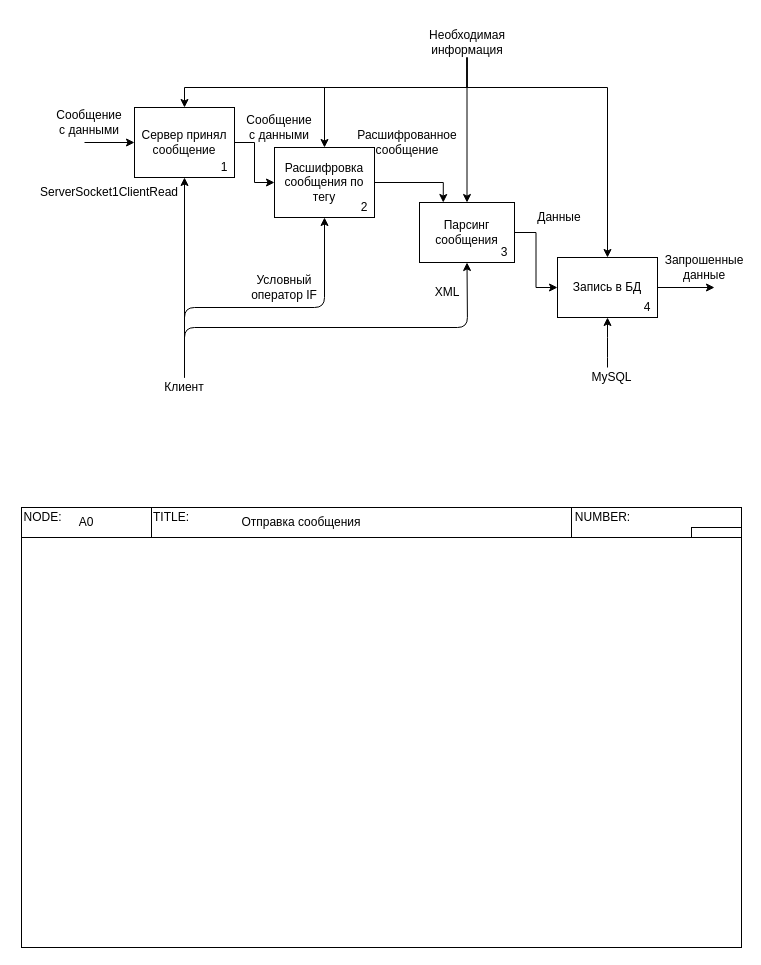
Above: Отправка сообщения.drawio in OhotnikovV/AvIS (draw.io), before the change. Source tidied: cells renumbered, new cells numbered last; positions are measured from the earlier drawing's top-left corner, leaving out a move shared by most shapes. Both pictures are drawn from the tidied source at 100%, with x=0, y=0 at pixel (21, 27).
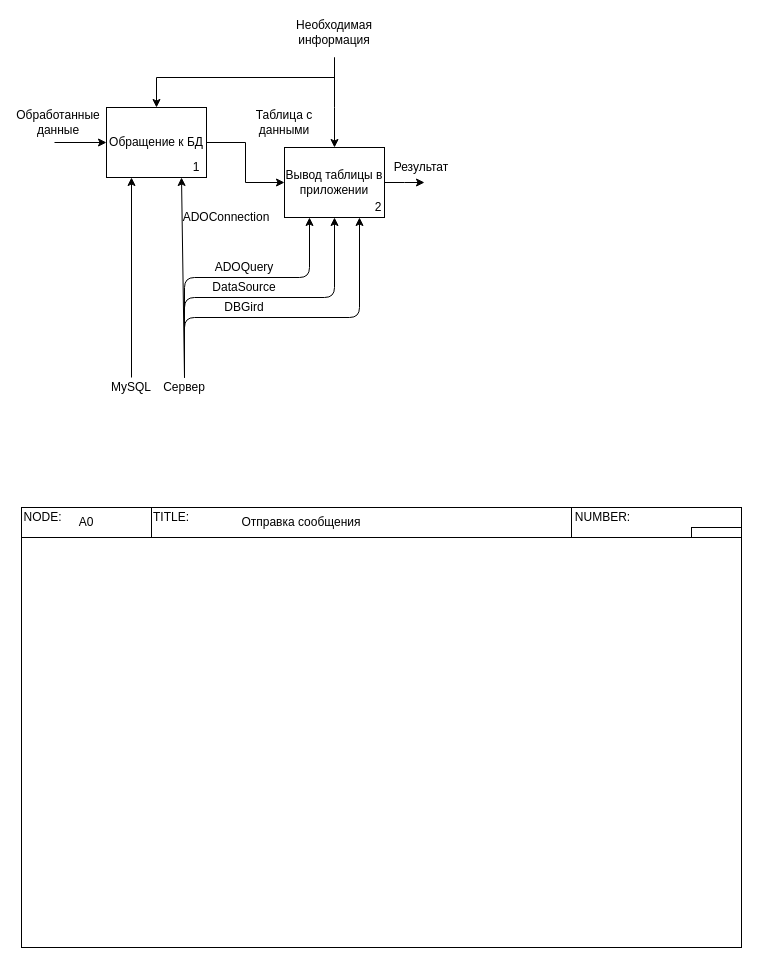
The same page after the edit.

Diff of the diagram source:
```diff
@@
-    <mxCell id="3" value="Сервер принял сообщение" style="rounded=0;whiteSpace=wrap;html=1;" parent="1" vertex="1">
-      <mxGeometry x="113" y="80" width="100" height="70" as="geometry" />
+    <mxCell id="3" value="Обращение к БД" style="rounded=0;whiteSpace=wrap;html=1;" parent="1" vertex="1">
+      <mxGeometry x="85" y="80" width="100" height="70" as="geometry" />
     </mxCell>
     <mxCell id="4" value="1" style="text;html=1;strokeColor=none;fillColor=none;align=center;verticalAlign=middle;whiteSpace=wrap;rounded=0;" parent="1" vertex="1">
-      <mxGeometry x="193" y="130" width="20" height="20" as="geometry" />
+      <mxGeometry x="165" y="130" width="20" height="20" as="geometry" />
     </mxCell>
-    <mxCell id="5" style="edgeStyle=orthogonalEdgeStyle;rounded=0;jettySize=auto;html=1;exitX=1;exitY=0.5;exitDx=0;exitDy=0;entryX=0;entryY=0.5;entryDx=0;entryDy=0;" parent="1" edge="1" source="6" target="9">
-      <mxGeometry relative="1" as="geometry" />
-    </mxCell>
-    <mxCell id="6" value="Парсинг сообщения" style="rounded=0;whiteSpace=wrap;html=1;" parent="1" vertex="1">
-      <mxGeometry x="398" y="175" width="95" height="60" as="geometry" />
-    </mxCell>
-    <mxCell id="7" value="3" style="text;html=1;strokeColor=none;fillColor=none;align=center;verticalAlign=middle;whiteSpace=wrap;rounded=0;" parent="1" vertex="1">
-      <mxGeometry x="473" y="215" width="20" height="20" as="geometry" />
-    </mxCell>
-    <mxCell id="8" style="edgeStyle=orthogonalEdgeStyle;rounded=0;jettySize=auto;html=1;exitX=1;exitY=0.5;exitDx=0;exitDy=0;" parent="1" edge="1" source="9">
-      <mxGeometry relative="1" as="geometry">
-        <mxPoint x="693" y="260" as="targetPoint" />
-      </mxGeometry>
-    </mxCell>
-    <mxCell id="9" value="Запись в БД" style="rounded=0;whiteSpace=wrap;html=1;" parent="1" vertex="1">
-      <mxGeometry x="536" y="230" width="100" height="60" as="geometry" />
-    </mxCell>
-    <mxCell id="10" style="edgeStyle=orthogonalEdgeStyle;rounded=0;jettySize=auto;html=1;exitX=1;exitY=0.5;exitDx=0;exitDy=0;entryX=0.25;entryY=0;entryDx=0;entryDy=0;" parent="1" edge="1" source="11" target="6">
-      <mxGeometry relative="1" as="geometry" />
+    <mxCell id="10" style="edgeStyle=orthogonalEdgeStyle;rounded=0;jettySize=auto;html=1;exitX=1;exitY=0.5;exitDx=0;exitDy=0;" parent="1" edge="1" source="11">
+      <mxGeometry relative="1" as="geometry">
+        <mxPoint x="403" y="155" as="targetPoint" />
+      </mxGeometry>
     </mxCell>
-    <mxCell id="11" value="Расшифровка сообщения по тегу" style="rounded=0;whiteSpace=wrap;html=1;" parent="1" vertex="1">
-      <mxGeometry x="253" y="120" width="100" height="70" as="geometry" />
+    <mxCell id="11" value="Вывод таблицы в приложении" style="rounded=0;whiteSpace=wrap;html=1;" parent="1" vertex="1">
+      <mxGeometry x="263" y="120" width="100" height="70" as="geometry" />
     </mxCell>
-    <mxCell id="12" value="4" style="text;html=1;strokeColor=none;fillColor=none;align=center;verticalAlign=middle;whiteSpace=wrap;rounded=0;" parent="1" vertex="1">
-      <mxGeometry x="616" y="270" width="20" height="20" as="geometry" />
-    </mxCell>
-    <mxCell id="13" value="Данные" style="text;html=1;strokeColor=none;fillColor=none;align=center;verticalAlign=middle;whiteSpace=wrap;rounded=0;" parent="1" vertex="1">
-      <mxGeometry x="503" y="175" width="70" height="30" as="geometry" />
-    </mxCell>
-    <mxCell id="14" value="Запрошенные данные" style="text;html=1;strokeColor=none;fillColor=none;align=center;verticalAlign=middle;whiteSpace=wrap;rounded=0;" parent="1" vertex="1">
-      <mxGeometry x="663" y="230" width="40" height="20" as="geometry" />
-    </mxCell>
     <mxCell id="15" value="2" style="text;html=1;strokeColor=none;fillColor=none;align=center;verticalAlign=middle;whiteSpace=wrap;rounded=0;" parent="1" vertex="1">
-      <mxGeometry x="333" y="170" width="20" height="20" as="geometry" />
+      <mxGeometry x="347" y="170" width="20" height="20" as="geometry" />
     </mxCell>
-    <mxCell id="16" value="Клиент" style="text;html=1;strokeColor=none;fillColor=none;align=center;verticalAlign=middle;whiteSpace=wrap;rounded=0;" parent="1" vertex="1">
+    <mxCell id="16" value="Сервер" style="text;html=1;strokeColor=none;fillColor=none;align=center;verticalAlign=middle;whiteSpace=wrap;rounded=0;" parent="1" vertex="1">
       <mxGeometry x="143" y="350" width="40" height="20" as="geometry" />
     </mxCell>
@@
     <mxCell id="27" style="endArrow=classic;html=1;entryX=0;entryY=0.5;entryDx=0;entryDy=0;" parent="1" edge="1" target="3">
       <mxGeometry relative="1" as="geometry">
-        <mxPoint x="63" y="115" as="sourcePoint" />
+        <mxPoint x="33" y="115" as="sourcePoint" />
       </mxGeometry>
     </mxCell>
-    <mxCell id="28" value="Расшифрованное сообщение" style="text;html=1;strokeColor=none;fillColor=none;align=center;verticalAlign=middle;whiteSpace=wrap;rounded=0;" parent="1" vertex="1">
-      <mxGeometry x="353" y="95" width="66" height="40" as="geometry" />
+    <mxCell id="28" value="Результат" style="text;html=1;strokeColor=none;fillColor=none;align=center;verticalAlign=middle;whiteSpace=wrap;rounded=0;" parent="1" vertex="1">
+      <mxGeometry x="367" y="120" width="66" height="40" as="geometry" />
     </mxCell>
     <mxCell id="29" value="Необходимая информация" style="text;html=1;strokeColor=none;fillColor=none;align=center;verticalAlign=middle;whiteSpace=wrap;rounded=0;" parent="1" vertex="1">
-      <mxGeometry x="405.5" width="80" height="30" as="geometry" />
+      <mxGeometry x="273" y="-10" width="80" height="30" as="geometry" />
     </mxCell>
-    <mxCell id="30" style="edgeStyle=orthogonalEdgeStyle;rounded=0;jettySize=auto;html=1;exitX=0.5;exitY=1;exitDx=0;exitDy=0;entryX=0.5;entryY=0;entryDx=0;entryDy=0;" parent="1" edge="1" target="11">
+    <mxCell id="30" style="edgeStyle=orthogonalEdgeStyle;rounded=0;jettySize=auto;html=1;entryX=0.5;entryY=0;entryDx=0;entryDy=0;" parent="1" edge="1" target="11">
       <mxGeometry relative="1" as="geometry">
-        <mxPoint x="445.5" y="30" as="sourcePoint" />
+        <mxPoint x="313" y="30" as="sourcePoint" />
         <Array as="points">
-          <mxPoint x="445" y="60" />
-          <mxPoint x="303" y="60" />
+          <mxPoint x="313" y="80" />
+          <mxPoint x="313" y="80" />
         </Array>
       </mxGeometry>
     </mxCell>
-    <mxCell id="31" style="edgeStyle=orthogonalEdgeStyle;rounded=0;jettySize=auto;html=1;exitX=0.5;exitY=1;exitDx=0;exitDy=0;entryX=0.5;entryY=0;entryDx=0;entryDy=0;" parent="1" edge="1" target="3">
+    <mxCell id="31" style="edgeStyle=orthogonalEdgeStyle;rounded=0;jettySize=auto;html=1;entryX=0.5;entryY=0;entryDx=0;entryDy=0;" parent="1" edge="1" target="3">
       <mxGeometry relative="1" as="geometry">
-        <mxPoint x="445.5" y="30" as="sourcePoint" />
+        <mxPoint x="313" y="30" as="sourcePoint" />
         <Array as="points">
-          <mxPoint x="445" y="60" />
-          <mxPoint x="163" y="60" />
+          <mxPoint x="313" y="30" />
+          <mxPoint x="313" y="50" />
+          <mxPoint x="163" y="50" />
         </Array>
       </mxGeometry>
     </mxCell>
-    <mxCell id="32" style="edgeStyle=orthogonalEdgeStyle;rounded=0;jettySize=auto;html=1;exitX=0.5;exitY=1;exitDx=0;exitDy=0;" parent="1" edge="1" target="9">
-      <mxGeometry relative="1" as="geometry">
-        <mxPoint x="445.5" y="30" as="sourcePoint" />
-        <Array as="points">
-          <mxPoint x="445" y="60" />
-          <mxPoint x="586" y="60" />
-        </Array>
-      </mxGeometry>
-    </mxCell>
-    <mxCell id="33" style="edgeStyle=orthogonalEdgeStyle;rounded=0;jettySize=auto;html=1;exitX=0.5;exitY=1;exitDx=0;exitDy=0;entryX=0.5;entryY=0;entryDx=0;entryDy=0;" parent="1" edge="1" target="6">
-      <mxGeometry relative="1" as="geometry">
-        <mxPoint x="445.5" y="30" as="sourcePoint" />
-        <Array as="points">
-          <mxPoint x="445" y="40" />
-          <mxPoint x="445" y="40" />
-        </Array>
-      </mxGeometry>
-    </mxCell>
-    <mxCell id="34" value="Сообщение с данными" style="text;html=1;strokeColor=none;fillColor=none;align=center;verticalAlign=middle;whiteSpace=wrap;rounded=0;" parent="1" vertex="1">
-      <mxGeometry x="223" y="90" width="70" height="20" as="geometry" />
+    <mxCell id="34" value="Таблица с данными" style="text;html=1;strokeColor=none;fillColor=none;align=center;verticalAlign=middle;whiteSpace=wrap;rounded=0;" parent="1" vertex="1">
+      <mxGeometry x="228" y="85" width="70" height="20" as="geometry" />
     </mxCell>
-    <mxCell id="35" value="&lt;div style=&quot;text-align: left&quot;&gt;&lt;span&gt;ServerSocket1ClientRead&lt;/span&gt;&lt;/div&gt;" style="text;html=1;strokeColor=none;fillColor=none;align=center;verticalAlign=middle;whiteSpace=wrap;rounded=0;" parent="1" vertex="1">
-      <mxGeometry x="33" y="155" width="110" height="20" as="geometry" />
-    </mxCell>
-    <mxCell id="36" style="endArrow=classic;html=1;entryX=0.5;entryY=1;entryDx=0;entryDy=0;" parent="1" edge="1" target="9">
-      <mxGeometry relative="1" as="geometry">
-        <mxPoint x="586" y="340" as="sourcePoint" />
-        <Array as="points">
-          <mxPoint x="586" y="320" />
-        </Array>
-      </mxGeometry>
-    </mxCell>
-    <mxCell id="37" value="MySQL" style="text;html=1;strokeColor=none;fillColor=none;align=center;verticalAlign=middle;whiteSpace=wrap;rounded=0;" parent="1" vertex="1">
-      <mxGeometry x="568" y="340" width="45" height="20" as="geometry" />
-    </mxCell>
-    <mxCell id="38" value="XML" style="text;html=1;strokeColor=none;fillColor=none;align=center;verticalAlign=middle;whiteSpace=wrap;rounded=0;" parent="1" vertex="1">
-      <mxGeometry x="405.5" y="255" width="40" height="20" as="geometry" />
-    </mxCell>
-    <mxCell id="39" style="endArrow=classic;html=1;entryX=0.5;entryY=1;entryDx=0;entryDy=0;" parent="1" edge="1" target="6">
-      <mxGeometry relative="1" as="geometry">
-        <mxPoint x="163" y="350" as="sourcePoint" />
-        <Array as="points">
-          <mxPoint x="163" y="300" />
-          <mxPoint x="446" y="300" />
-        </Array>
-      </mxGeometry>
-    </mxCell>
-    <mxCell id="40" style="endArrow=classic;html=1;entryX=0.5;entryY=1;entryDx=0;entryDy=0;" parent="1" edge="1" target="3">
-      <mxGeometry relative="1" as="geometry">
-        <mxPoint x="163" y="350" as="sourcePoint" />
-      </mxGeometry>
+    <mxCell id="40" style="endArrow=classic;html=1;entryX=0.75;entryY=1;entryDx=0;entryDy=0;exitX=0.5;exitY=0;exitDx=0;exitDy=0;" parent="1" edge="1" source="16" target="3">
+      <mxGeometry relative="1" as="geometry" />
     </mxCell>
-    <mxCell id="41" style="endArrow=classic;html=1;exitX=0.5;exitY=0;exitDx=0;exitDy=0;entryX=0.5;entryY=1;entryDx=0;entryDy=0;" parent="1" edge="1" source="16" target="11">
+    <mxCell id="41" style="endArrow=classic;html=1;exitX=0.5;exitY=0;exitDx=0;exitDy=0;entryX=0.25;entryY=1;entryDx=0;entryDy=0;" parent="1" edge="1" source="16" target="11">
       <mxGeometry relative="1" as="geometry">
         <Array as="points">
-          <mxPoint x="163" y="280" />
-          <mxPoint x="303" y="280" />
+          <mxPoint x="163" y="250" />
+          <mxPoint x="288" y="250" />
         </Array>
       </mxGeometry>
     </mxCell>
-    <mxCell id="42" value="Условный оператор IF" style="text;html=1;strokeColor=none;fillColor=none;align=center;verticalAlign=middle;whiteSpace=wrap;rounded=0;" parent="1" vertex="1">
-      <mxGeometry x="213" y="245" width="100" height="30" as="geometry" />
-    </mxCell>
@@
-    <mxCell id="44" value="Сообщение с данными" style="text;html=1;strokeColor=none;fillColor=none;align=center;verticalAlign=middle;whiteSpace=wrap;rounded=0;" parent="1" vertex="1">
-      <mxGeometry x="33" y="80" width="70" height="30" as="geometry" />
+    <mxCell id="44" value="Обработанные данные" style="text;html=1;strokeColor=none;fillColor=none;align=center;verticalAlign=middle;whiteSpace=wrap;rounded=0;" parent="1" vertex="1">
+      <mxGeometry x="2" y="80" width="70" height="30" as="geometry" />
     </mxCell>
+    <mxCell id="45" value="ADOQuery" style="text;html=1;strokeColor=none;fillColor=none;align=center;verticalAlign=middle;whiteSpace=wrap;rounded=0;" parent="1" vertex="1">
+      <mxGeometry x="203" y="230" width="40" height="20" as="geometry" />
+    </mxCell>
+    <mxCell id="46" style="endArrow=classic;html=1;exitX=0.5;exitY=0;exitDx=0;exitDy=0;entryX=0.5;entryY=1;entryDx=0;entryDy=0;" parent="1" edge="1" source="16" target="11">
+      <mxGeometry relative="1" as="geometry">
+        <Array as="points">
+          <mxPoint x="163" y="270" />
+          <mxPoint x="313" y="270" />
+        </Array>
+      </mxGeometry>
+    </mxCell>
+    <mxCell id="47" value="DataSource" style="text;html=1;strokeColor=none;fillColor=none;align=center;verticalAlign=middle;whiteSpace=wrap;rounded=0;" parent="1" vertex="1">
+      <mxGeometry x="203" y="250" width="40" height="20" as="geometry" />
+    </mxCell>
+    <mxCell id="48" style="endArrow=classic;html=1;entryX=0.75;entryY=1;entryDx=0;entryDy=0;" parent="1" edge="1" target="11">
+      <mxGeometry relative="1" as="geometry">
+        <mxPoint x="163" y="350" as="sourcePoint" />
+        <Array as="points">
+          <mxPoint x="163" y="290" />
+          <mxPoint x="338" y="290" />
+        </Array>
+      </mxGeometry>
+    </mxCell>
+    <mxCell id="49" value="DBGird" style="text;html=1;strokeColor=none;fillColor=none;align=center;verticalAlign=middle;whiteSpace=wrap;rounded=0;" parent="1" vertex="1">
+      <mxGeometry x="203" y="270" width="40" height="20" as="geometry" />
+    </mxCell>
+    <mxCell id="50" value="ADOConnection" style="text;html=1;strokeColor=none;fillColor=none;align=center;verticalAlign=middle;whiteSpace=wrap;rounded=0;" parent="1" vertex="1">
+      <mxGeometry x="185" y="180" width="40" height="20" as="geometry" />
+    </mxCell>
+    <mxCell id="51" style="endArrow=classic;html=1;entryX=0.25;entryY=1;entryDx=0;entryDy=0;" parent="1" edge="1" target="3">
+      <mxGeometry relative="1" as="geometry">
+        <mxPoint x="110" y="350" as="sourcePoint" />
+      </mxGeometry>
+    </mxCell>
+    <mxCell id="37" value="MySQL" style="text;html=1;strokeColor=none;fillColor=none;align=center;verticalAlign=middle;whiteSpace=wrap;rounded=0;" parent="1" vertex="1">
+      <mxGeometry x="90" y="350" width="40" height="20" as="geometry" />
+    </mxCell>
```
